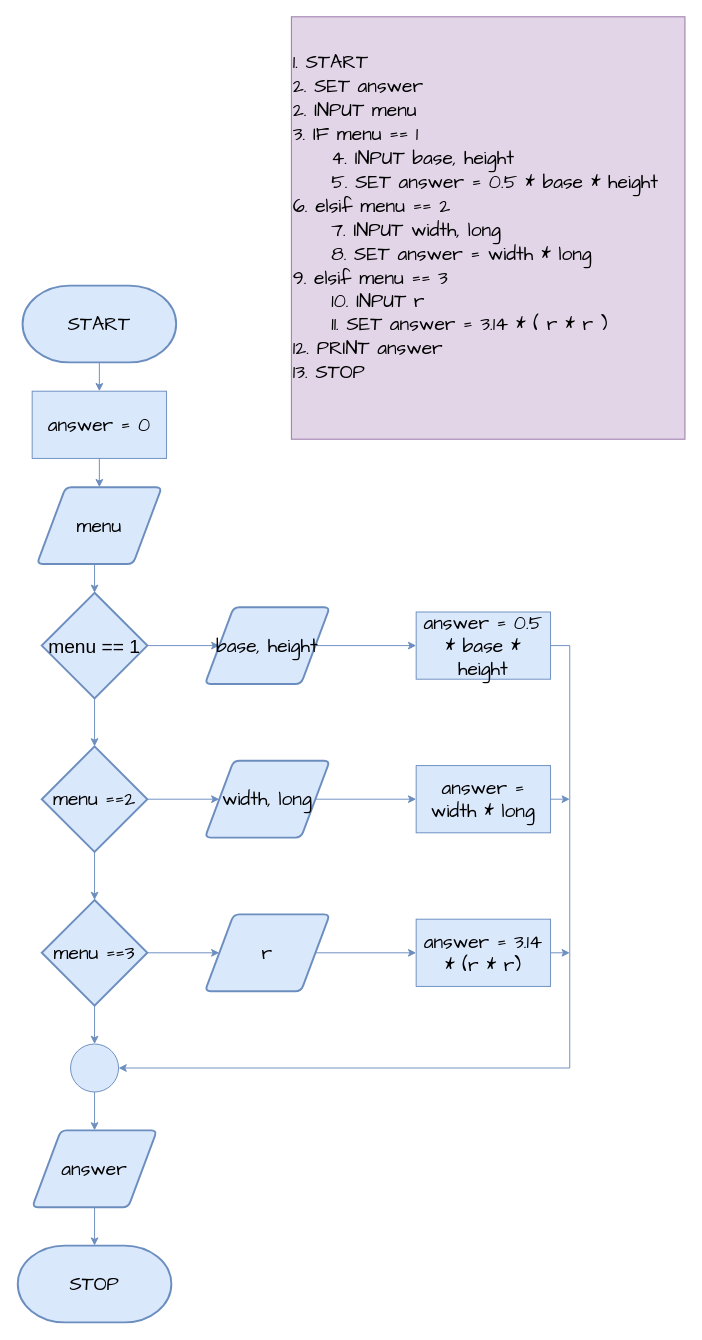
sctnightcore/draw_io_for_me keeps this draw.io diagram as p5.drawio. Above is the earlier version. Source tidied: cells renumbered, new cells numbered last; positions are measured from the earlier drawing's top-left corner, leaving out a move shared by most shapes. Both pictures are drawn from the tidied source at 96%, with x=0, y=0 at pixel (17, 16).
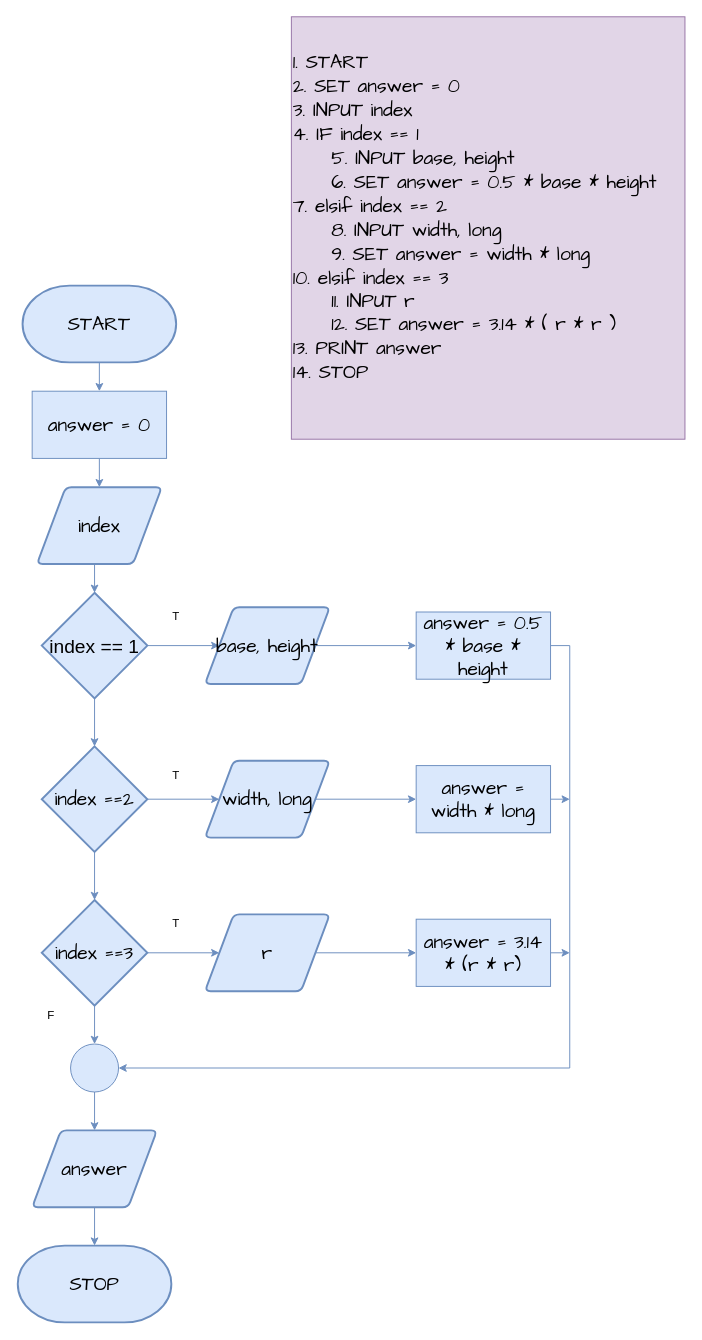
Above is the later version.

Change to the diagram source:
```diff
@@
-    <mxCell id="2" value="&lt;div style=&quot;font-size: 20px&quot;&gt;&lt;span&gt;&lt;font style=&quot;font-size: 20px&quot; face=&quot;Comic Sans MS&quot;&gt;1. START&lt;/font&gt;&lt;/span&gt;&lt;/div&gt;&lt;div style=&quot;font-size: 20px&quot;&gt;&lt;span&gt;&lt;font style=&quot;font-size: 20px&quot; face=&quot;Comic Sans MS&quot;&gt;2. SET answer&lt;/font&gt;&lt;/span&gt;&lt;/div&gt;&lt;div style=&quot;font-size: 20px&quot;&gt;&lt;span&gt;&lt;font style=&quot;font-size: 20px&quot; face=&quot;Comic Sans MS&quot;&gt;2. INPUT menu&lt;/font&gt;&lt;/span&gt;&lt;/div&gt;&lt;div style=&quot;font-size: 20px&quot;&gt;&lt;span&gt;&lt;font style=&quot;font-size: 20px&quot; face=&quot;Comic Sans MS&quot;&gt;3. IF menu == 1&lt;/font&gt;&lt;/span&gt;&lt;/div&gt;&lt;blockquote style=&quot;margin: 0 0 0 40px ; border: none ; padding: 0px&quot;&gt;&lt;div style=&quot;font-size: 20px&quot;&gt;&lt;span&gt;&lt;font style=&quot;font-size: 20px&quot; face=&quot;Comic Sans MS&quot;&gt;4. INPUT base, height&lt;/font&gt;&lt;/span&gt;&lt;/div&gt;&lt;div style=&quot;font-size: 20px&quot;&gt;&lt;span&gt;&lt;font style=&quot;font-size: 20px&quot; face=&quot;Comic Sans MS&quot;&gt;5. SET answer = 0.5 * base * height&lt;/font&gt;&lt;/span&gt;&lt;/div&gt;&lt;/blockquote&gt;&lt;div style=&quot;font-size: 20px&quot;&gt;&lt;span&gt;&lt;font style=&quot;font-size: 20px&quot; face=&quot;Comic Sans MS&quot;&gt;6. elsif menu == 2&lt;/font&gt;&lt;/span&gt;&lt;/div&gt;&lt;blockquote style=&quot;margin: 0 0 0 40px ; border: none ; padding: 0px&quot;&gt;&lt;div style=&quot;font-size: 20px&quot;&gt;&lt;span&gt;&lt;font style=&quot;font-size: 20px&quot; face=&quot;Comic Sans MS&quot;&gt;7. INPUT width, long&lt;/font&gt;&lt;/span&gt;&lt;/div&gt;&lt;div style=&quot;font-size: 20px&quot;&gt;&lt;span&gt;&lt;font style=&quot;font-size: 20px&quot; face=&quot;Comic Sans MS&quot;&gt;8. SET answer = width * long&lt;/font&gt;&lt;/span&gt;&lt;/div&gt;&lt;/blockquote&gt;&lt;span style=&quot;font-size: 20px&quot;&gt;&lt;font face=&quot;Comic Sans MS&quot;&gt;9. elsif menu == 3&lt;br&gt;&lt;blockquote style=&quot;margin: 0 0 0 40px ; border: none ; padding: 0px&quot;&gt;&lt;span style=&quot;font-size: 20px&quot;&gt;10. INPUT r&lt;/span&gt;&lt;/blockquote&gt;&lt;blockquote style=&quot;margin: 0 0 0 40px ; border: none ; padding: 0px&quot;&gt;&lt;span style=&quot;font-size: 20px&quot;&gt;11. SET answer = 3.14 * ( r * r )&lt;/span&gt;&lt;/blockquote&gt;&lt;span style=&quot;font-size: 20px&quot;&gt;12. PRINT answer&lt;br&gt;13. STOP&lt;br&gt;&lt;/span&gt;&lt;/font&gt;&lt;/span&gt;&lt;blockquote style=&quot;margin: 0 0 0 40px ; border: none ; padding: 0px&quot;&gt;&lt;div style=&quot;font-size: 20px&quot;&gt;&lt;br&gt;&lt;/div&gt;&lt;/blockquote&gt;" style="text;html=1;strokeColor=#9673a6;fillColor=#e1d5e7;align=left;verticalAlign=middle;whiteSpace=wrap;rounded=0;" parent="1" vertex="1">
+    <mxCell id="2" value="&lt;div style=&quot;font-size: 20px&quot;&gt;&lt;span&gt;&lt;font style=&quot;font-size: 20px&quot; face=&quot;Comic Sans MS&quot;&gt;1. START&lt;/font&gt;&lt;/span&gt;&lt;/div&gt;&lt;div style=&quot;font-size: 20px&quot;&gt;&lt;span&gt;&lt;font style=&quot;font-size: 20px&quot; face=&quot;Comic Sans MS&quot;&gt;2. SET answer = 0&lt;/font&gt;&lt;/span&gt;&lt;/div&gt;&lt;div style=&quot;font-size: 20px&quot;&gt;&lt;span&gt;&lt;font style=&quot;font-size: 20px&quot; face=&quot;Comic Sans MS&quot;&gt;3. INPUT index&lt;/font&gt;&lt;/span&gt;&lt;/div&gt;&lt;div style=&quot;font-size: 20px&quot;&gt;&lt;span&gt;&lt;font style=&quot;font-size: 20px&quot; face=&quot;Comic Sans MS&quot;&gt;4. IF index == 1&lt;/font&gt;&lt;/span&gt;&lt;/div&gt;&lt;blockquote style=&quot;margin: 0 0 0 40px ; border: none ; padding: 0px&quot;&gt;&lt;div style=&quot;font-size: 20px&quot;&gt;&lt;span&gt;&lt;font style=&quot;font-size: 20px&quot; face=&quot;Comic Sans MS&quot;&gt;5. INPUT base, height&lt;/font&gt;&lt;/span&gt;&lt;/div&gt;&lt;div style=&quot;font-size: 20px&quot;&gt;&lt;span&gt;&lt;font style=&quot;font-size: 20px&quot; face=&quot;Comic Sans MS&quot;&gt;6. SET answer = 0.5 * base * height&lt;/font&gt;&lt;/span&gt;&lt;/div&gt;&lt;/blockquote&gt;&lt;div style=&quot;font-size: 20px&quot;&gt;&lt;span&gt;&lt;font style=&quot;font-size: 20px&quot; face=&quot;Comic Sans MS&quot;&gt;7. elsif index == 2&lt;/font&gt;&lt;/span&gt;&lt;/div&gt;&lt;blockquote style=&quot;margin: 0 0 0 40px ; border: none ; padding: 0px&quot;&gt;&lt;div style=&quot;font-size: 20px&quot;&gt;&lt;span&gt;&lt;font style=&quot;font-size: 20px&quot; face=&quot;Comic Sans MS&quot;&gt;8. INPUT width, long&lt;/font&gt;&lt;/span&gt;&lt;/div&gt;&lt;div style=&quot;font-size: 20px&quot;&gt;&lt;span&gt;&lt;font style=&quot;font-size: 20px&quot; face=&quot;Comic Sans MS&quot;&gt;9. SET answer = width * long&lt;/font&gt;&lt;/span&gt;&lt;/div&gt;&lt;/blockquote&gt;&lt;span style=&quot;font-size: 20px&quot;&gt;&lt;font face=&quot;Comic Sans MS&quot;&gt;10. elsif index == 3&lt;br&gt;&lt;blockquote style=&quot;margin: 0 0 0 40px ; border: none ; padding: 0px&quot;&gt;&lt;span style=&quot;font-size: 20px&quot;&gt;11. INPUT r&lt;/span&gt;&lt;/blockquote&gt;&lt;blockquote style=&quot;margin: 0 0 0 40px ; border: none ; padding: 0px&quot;&gt;&lt;span style=&quot;font-size: 20px&quot;&gt;12. SET answer = 3.14 * ( r * r )&lt;/span&gt;&lt;/blockquote&gt;&lt;span style=&quot;font-size: 20px&quot;&gt;13. PRINT answer&lt;br&gt;14. STOP&lt;br&gt;&lt;/span&gt;&lt;/font&gt;&lt;/span&gt;&lt;blockquote style=&quot;margin: 0 0 0 40px ; border: none ; padding: 0px&quot;&gt;&lt;div style=&quot;font-size: 20px&quot;&gt;&lt;br&gt;&lt;/div&gt;&lt;/blockquote&gt;" style="text;html=1;strokeColor=#9673a6;fillColor=#e1d5e7;align=left;verticalAlign=middle;whiteSpace=wrap;rounded=0;" parent="1" vertex="1">
       <mxGeometry x="285" width="410" height="440" as="geometry" />
     </mxCell>
@@
-    <mxCell id="6" value="&lt;font face=&quot;Comic Sans MS&quot; style=&quot;font-size: 20px&quot;&gt;menu&lt;/font&gt;" style="shape=parallelogram;html=1;strokeWidth=2;perimeter=parallelogramPerimeter;whiteSpace=wrap;rounded=1;arcSize=12;size=0.23;fillColor=#dae8fc;strokeColor=#6c8ebf;sketch=0;" parent="1" vertex="1">
+    <mxCell id="6" value="&lt;font face=&quot;Comic Sans MS&quot;&gt;&lt;span style=&quot;font-size: 20px&quot;&gt;index&lt;/span&gt;&lt;/font&gt;" style="shape=parallelogram;html=1;strokeWidth=2;perimeter=parallelogramPerimeter;whiteSpace=wrap;rounded=1;arcSize=12;size=0.23;fillColor=#dae8fc;strokeColor=#6c8ebf;sketch=0;" parent="1" vertex="1">
       <mxGeometry x="20" y="490" width="130" height="80" as="geometry" />
     </mxCell>
@@
-    <mxCell id="9" value="&lt;font style=&quot;font-size: 20px&quot;&gt;menu == 1&lt;/font&gt;" style="strokeWidth=2;html=1;shape=mxgraph.flowchart.decision;whiteSpace=wrap;fillColor=#dae8fc;strokeColor=#6c8ebf;sketch=0;" parent="1" vertex="1">
+    <mxCell id="9" value="&lt;font style=&quot;font-size: 20px&quot;&gt;index == 1&lt;/font&gt;" style="strokeWidth=2;html=1;shape=mxgraph.flowchart.decision;whiteSpace=wrap;fillColor=#dae8fc;strokeColor=#6c8ebf;sketch=0;" parent="1" vertex="1">
       <mxGeometry x="25" y="600" width="110" height="110" as="geometry" />
     </mxCell>
@@
-    <mxCell id="12" value="&lt;font face=&quot;Comic Sans MS&quot; style=&quot;font-size: 20px&quot;&gt;menu ==2&lt;/font&gt;" style="strokeWidth=2;html=1;shape=mxgraph.flowchart.decision;whiteSpace=wrap;fillColor=#dae8fc;strokeColor=#6c8ebf;sketch=0;" parent="1" vertex="1">
+    <mxCell id="12" value="&lt;font face=&quot;Comic Sans MS&quot; style=&quot;font-size: 20px&quot;&gt;index ==2&lt;/font&gt;" style="strokeWidth=2;html=1;shape=mxgraph.flowchart.decision;whiteSpace=wrap;fillColor=#dae8fc;strokeColor=#6c8ebf;sketch=0;" parent="1" vertex="1">
       <mxGeometry x="25" y="760" width="110" height="110" as="geometry" />
     </mxCell>
@@
-    <mxCell id="15" value="&lt;font style=&quot;font-size: 20px&quot; face=&quot;Comic Sans MS&quot;&gt;menu ==3&lt;/font&gt;" style="strokeWidth=2;html=1;shape=mxgraph.flowchart.decision;whiteSpace=wrap;fillColor=#dae8fc;strokeColor=#6c8ebf;sketch=0;" parent="1" vertex="1">
+    <mxCell id="15" value="&lt;font style=&quot;font-size: 20px&quot; face=&quot;Comic Sans MS&quot;&gt;index ==3&lt;/font&gt;" style="strokeWidth=2;html=1;shape=mxgraph.flowchart.decision;whiteSpace=wrap;fillColor=#dae8fc;strokeColor=#6c8ebf;sketch=0;" parent="1" vertex="1">
       <mxGeometry x="25" y="920" width="110" height="110" as="geometry" />
     </mxCell>
@@
+    <mxCell id="35" value="T" style="text;html=1;strokeColor=none;fillColor=none;align=center;verticalAlign=middle;whiteSpace=wrap;rounded=0;" parent="1" vertex="1">
+      <mxGeometry x="145" y="615" width="40" height="20" as="geometry" />
+    </mxCell>
+    <mxCell id="36" value="T" style="text;html=1;strokeColor=none;fillColor=none;align=center;verticalAlign=middle;whiteSpace=wrap;rounded=0;" parent="1" vertex="1">
+      <mxGeometry x="145" y="780" width="40" height="20" as="geometry" />
+    </mxCell>
+    <mxCell id="37" value="T" style="text;html=1;strokeColor=none;fillColor=none;align=center;verticalAlign=middle;whiteSpace=wrap;rounded=0;" parent="1" vertex="1">
+      <mxGeometry x="145" y="935" width="40" height="20" as="geometry" />
+    </mxCell>
+    <mxCell id="38" value="F" style="text;html=1;strokeColor=none;fillColor=none;align=center;verticalAlign=middle;whiteSpace=wrap;rounded=0;" parent="1" vertex="1">
+      <mxGeometry x="15" y="1030" width="40" height="20" as="geometry" />
+    </mxCell>
```
